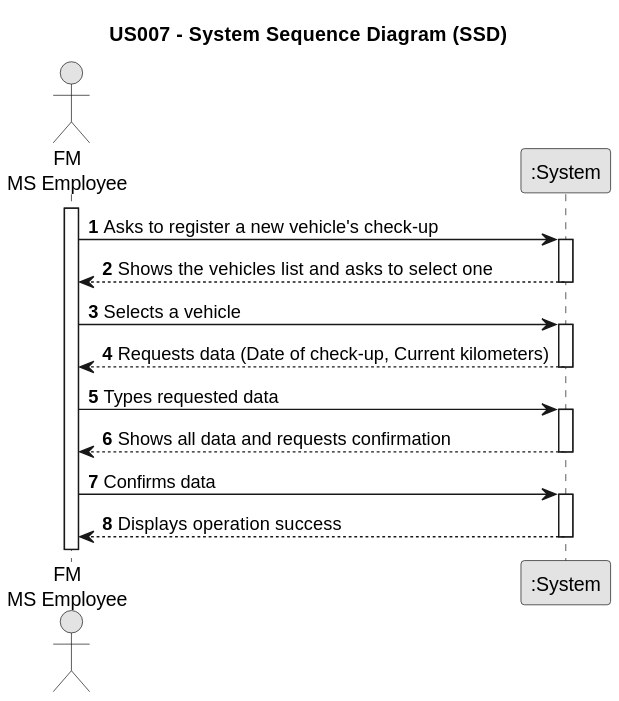
The PlantUML diagram docs/sprintA/us007/01.requirements-engineering/svg/us007-system-sequence-diagram.svg in Rui-San/LAPR2_2023_2024, before a commit.
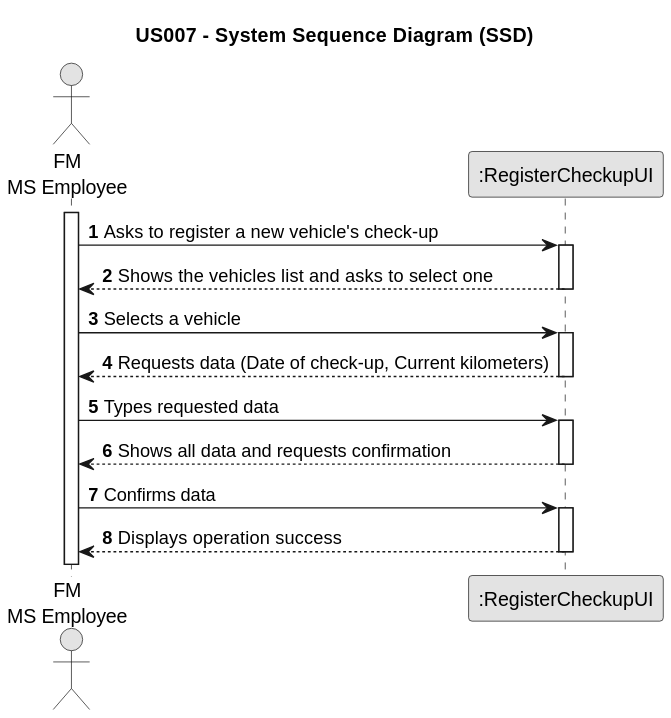
After the commit.

Commit message:
- Glossary: Added new terms

Change to the diagram source:
```diff
@@ -8,7 +8,7 @@
 autonumber
 
 actor "FM\nMS Employee" as Employee
-participant ":System" as System
+participant ":RegisterCheckupUI" as System
 
 activate Employee
 
```
